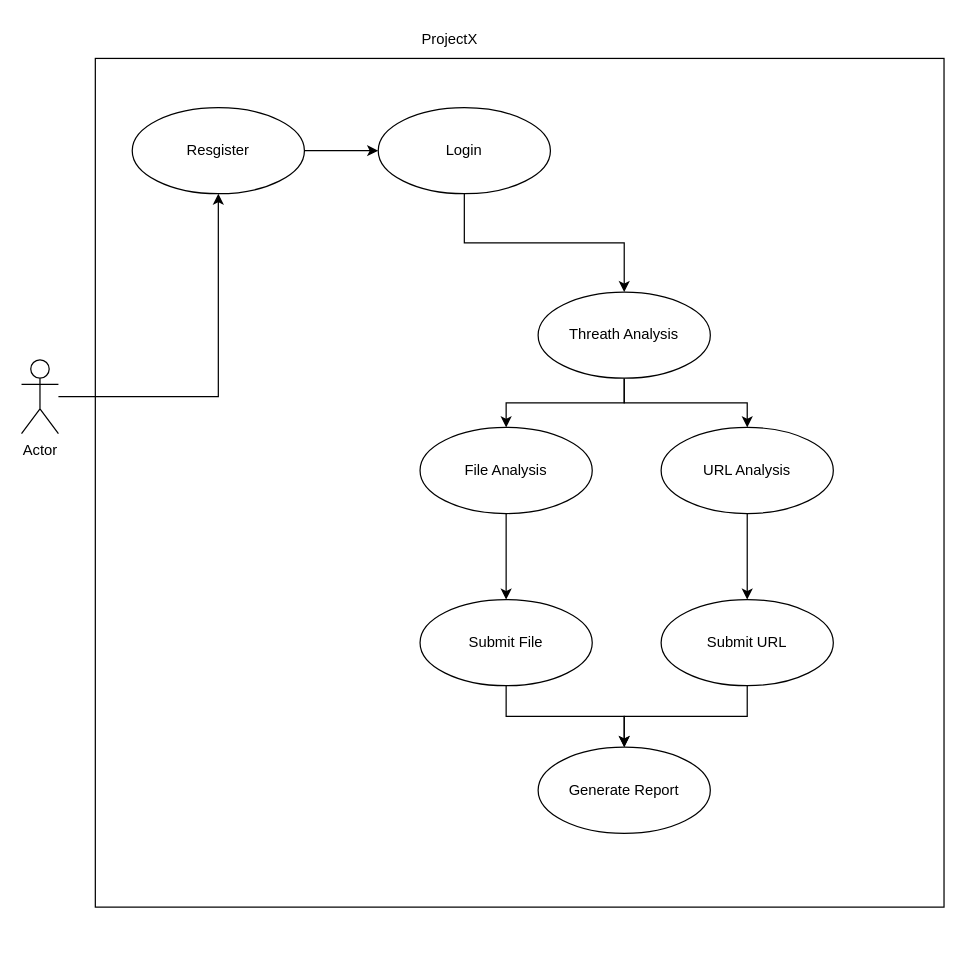
Earlier version of the draw.io diagram CasosUso.drawio (Rikardooliv/ProjectX). Source tidied: cells renumbered, new cells numbered last; positions are measured from the earlier drawing's top-left corner, leaving out a move shared by most shapes. Both pictures are drawn from the tidied source at 123%, with x=0, y=0 at pixel (21, 21).
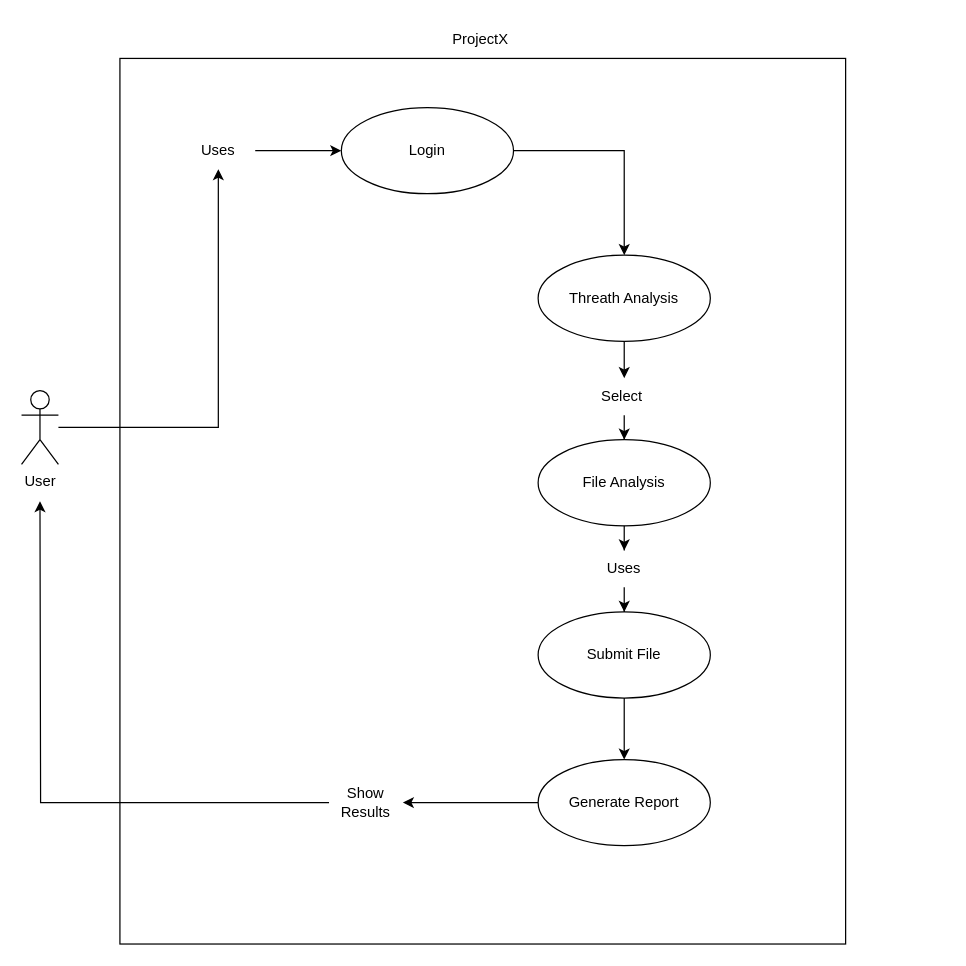
The same diagram, later.

The edit, as a diff of the source:
```diff
@@
+    <mxCell id="22" style="rounded=0;whiteSpace=wrap;html=1;fillColor=none;" parent="1" vertex="1">
+      <mxGeometry x="80" y="30" width="590" height="720" as="geometry" />
+    </mxCell>
-    <mxCell id="2" style="edgeStyle=orthogonalEdgeStyle;rounded=0;jettySize=auto;html=1;" parent="1" edge="1" source="3" target="10">
+    <mxCell id="2" style="edgeStyle=orthogonalEdgeStyle;rounded=0;jettySize=auto;html=1;entryX=0;entryY=0.5;entryDx=0;entryDy=0;" parent="1" edge="1" source="27" target="8">
       <mxGeometry relative="1" as="geometry" />
     </mxCell>
-    <mxCell id="3" value="Actor" style="shape=umlActor;verticalLabelPosition=bottom;verticalAlign=top;html=1;" parent="1" vertex="1">
-      <mxGeometry y="275" width="30" height="60" as="geometry" />
+    <mxCell id="3" value="User" style="shape=umlActor;verticalLabelPosition=bottom;verticalAlign=top;html=1;" parent="1" vertex="1">
+      <mxGeometry y="300" width="30" height="60" as="geometry" />
     </mxCell>
-    <mxCell id="4" style="edgeStyle=orthogonalEdgeStyle;rounded=0;jettySize=auto;html=1;" parent="1" edge="1" source="6" target="12">
+    <mxCell id="4" style="edgeStyle=orthogonalEdgeStyle;rounded=0;jettySize=auto;html=1;" parent="1" edge="1" source="29" target="12">
       <mxGeometry relative="1" as="geometry" />
     </mxCell>
-    <mxCell id="5" style="edgeStyle=orthogonalEdgeStyle;rounded=0;jettySize=auto;html=1;" parent="1" edge="1" source="6" target="14">
-      <mxGeometry relative="1" as="geometry" />
-    </mxCell>
     <mxCell id="6" value="Threath Analysis" style="ellipse;whiteSpace=wrap;html=1;" parent="1" vertex="1">
-      <mxGeometry x="420" y="220" width="140" height="70" as="geometry" />
+      <mxGeometry x="420" y="190" width="140" height="70" as="geometry" />
     </mxCell>
@@
     <mxCell id="8" value="Login" style="ellipse;whiteSpace=wrap;html=1;" parent="1" vertex="1">
-      <mxGeometry x="290" y="70" width="140" height="70" as="geometry" />
+      <mxGeometry x="260" y="70" width="140" height="70" as="geometry" />
     </mxCell>
-    <mxCell id="9" style="edgeStyle=orthogonalEdgeStyle;rounded=0;jettySize=auto;html=1;entryX=0;entryY=0.5;entryDx=0;entryDy=0;" parent="1" edge="1" source="10" target="8">
-      <mxGeometry relative="1" as="geometry" />
-    </mxCell>
-    <mxCell id="10" value="Resgister" style="ellipse;whiteSpace=wrap;html=1;" parent="1" vertex="1">
-      <mxGeometry x="90" y="70" width="140" height="70" as="geometry" />
-    </mxCell>
-    <mxCell id="11" style="edgeStyle=orthogonalEdgeStyle;rounded=0;jettySize=auto;html=1;entryX=0.5;entryY=0;entryDx=0;entryDy=0;" parent="1" edge="1" source="12" target="16">
+    <mxCell id="11" style="edgeStyle=orthogonalEdgeStyle;rounded=0;jettySize=auto;html=1;entryX=0.5;entryY=0;entryDx=0;entryDy=0;" parent="1" edge="1" source="31" target="16">
       <mxGeometry relative="1" as="geometry" />
     </mxCell>
     <mxCell id="12" value="File Analysis" style="ellipse;whiteSpace=wrap;html=1;" parent="1" vertex="1">
-      <mxGeometry x="324" y="330" width="140" height="70" as="geometry" />
+      <mxGeometry x="420" y="340" width="140" height="70" as="geometry" />
     </mxCell>
-    <mxCell id="13" style="edgeStyle=orthogonalEdgeStyle;rounded=0;jettySize=auto;html=1;" parent="1" edge="1" source="14" target="18">
-      <mxGeometry relative="1" as="geometry" />
-    </mxCell>
-    <mxCell id="14" value="URL Analysis" style="ellipse;whiteSpace=wrap;html=1;" parent="1" vertex="1">
-      <mxGeometry x="520" y="330" width="140" height="70" as="geometry" />
-    </mxCell>
@@
     <mxCell id="16" value="Submit File" style="ellipse;whiteSpace=wrap;html=1;" parent="1" vertex="1">
-      <mxGeometry x="324" y="470" width="140" height="70" as="geometry" />
+      <mxGeometry x="420" y="480" width="140" height="70" as="geometry" />
     </mxCell>
-    <mxCell id="17" style="edgeStyle=orthogonalEdgeStyle;rounded=0;jettySize=auto;html=1;" parent="1" edge="1" source="18" target="19">
-      <mxGeometry relative="1" as="geometry" />
-    </mxCell>
-    <mxCell id="18" value="Submit URL" style="ellipse;whiteSpace=wrap;html=1;" parent="1" vertex="1">
-      <mxGeometry x="520" y="470" width="140" height="70" as="geometry" />
-    </mxCell>
+    <mxCell id="23" style="edgeStyle=orthogonalEdgeStyle;rounded=0;jettySize=auto;html=1;" parent="1" edge="1" source="25">
+      <mxGeometry relative="1" as="geometry">
+        <mxPoint x="15" y="390" as="targetPoint" />
+      </mxGeometry>
+    </mxCell>
     <mxCell id="19" value="Generate Report" style="ellipse;whiteSpace=wrap;html=1;" parent="1" vertex="1">
-      <mxGeometry x="420" y="590" width="140" height="70" as="geometry" />
+      <mxGeometry x="420" y="600" width="140" height="70" as="geometry" />
     </mxCell>
-    <mxCell id="20" style="whiteSpace=wrap;html=1;fillColor=none;" parent="1" vertex="1">
-      <mxGeometry x="60" y="30" width="690" height="690" as="geometry" />
-    </mxCell>
     <mxCell id="21" value="ProjectX&amp;nbsp;" style="text;html=1;align=center;verticalAlign=middle;whiteSpace=wrap;rounded=0;" parent="1" vertex="1">
-      <mxGeometry x="320" width="60" height="30" as="geometry" />
+      <mxGeometry x="345" width="60" height="30" as="geometry" />
     </mxCell>
+    <mxCell id="24" style="edgeStyle=orthogonalEdgeStyle;rounded=0;jettySize=auto;html=1;" parent="1" edge="1" source="19" target="25">
+      <mxGeometry relative="1" as="geometry">
+        <Array as="points">
+          <mxPoint x="310" y="625" />
+          <mxPoint x="310" y="630" />
+        </Array>
+      </mxGeometry>
+    </mxCell>
+    <mxCell id="25" value="Show Results" style="text;html=1;align=center;verticalAlign=middle;whiteSpace=wrap;rounded=0;" parent="1" vertex="1">
+      <mxGeometry x="250" y="620" width="60" height="30" as="geometry" />
+    </mxCell>
+    <mxCell id="26" style="edgeStyle=orthogonalEdgeStyle;rounded=0;jettySize=auto;html=1;" parent="1" edge="1" source="3" target="27">
+      <mxGeometry relative="1" as="geometry" />
+    </mxCell>
+    <mxCell id="27" value="Uses" style="text;html=1;align=center;verticalAlign=middle;whiteSpace=wrap;rounded=0;" parent="1" vertex="1">
+      <mxGeometry x="130" y="90" width="60" height="30" as="geometry" />
+    </mxCell>
+    <mxCell id="28" style="edgeStyle=orthogonalEdgeStyle;rounded=0;jettySize=auto;html=1;" parent="1" edge="1" source="6" target="29">
+      <mxGeometry relative="1" as="geometry" />
+    </mxCell>
+    <mxCell id="29" value="Select&amp;nbsp;" style="text;html=1;align=center;verticalAlign=middle;whiteSpace=wrap;rounded=0;" parent="1" vertex="1">
+      <mxGeometry x="460" y="290" width="60" height="30" as="geometry" />
+    </mxCell>
+    <mxCell id="30" style="edgeStyle=orthogonalEdgeStyle;rounded=0;jettySize=auto;html=1;entryX=0.5;entryY=0;entryDx=0;entryDy=0;" parent="1" edge="1" source="12" target="31">
+      <mxGeometry relative="1" as="geometry" />
+    </mxCell>
+    <mxCell id="31" value="Uses" style="text;html=1;align=center;verticalAlign=middle;whiteSpace=wrap;rounded=0;" parent="1" vertex="1">
+      <mxGeometry x="460" y="430" width="60" height="30" as="geometry" />
+    </mxCell>
```
